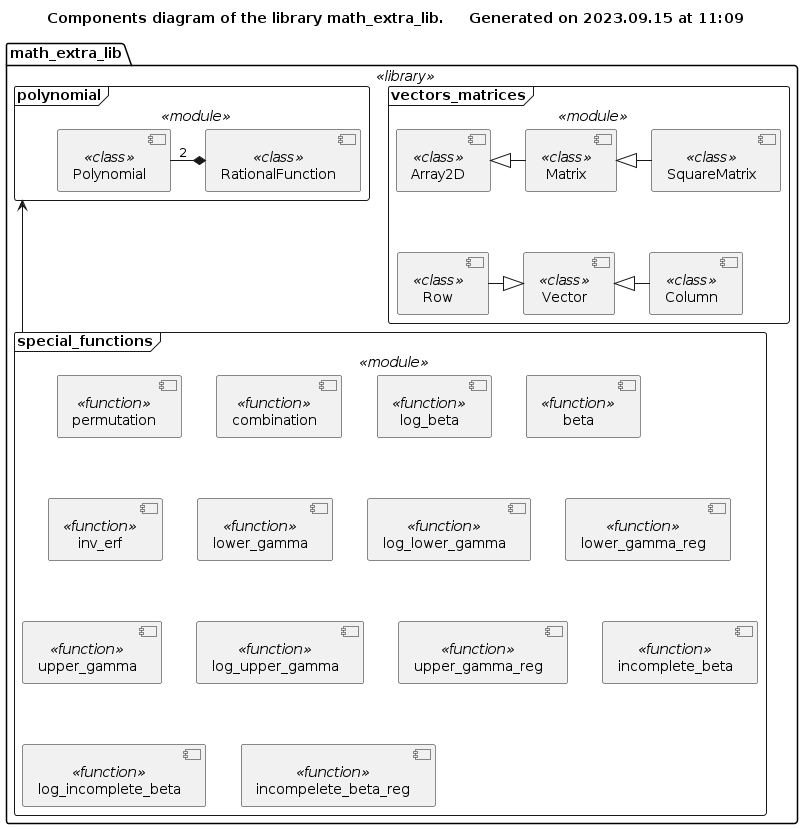
FooBarShebang/math_extra_lib keeps this PlantUML diagram as Documentation/UML/library_components.png. Above is the earlier version.
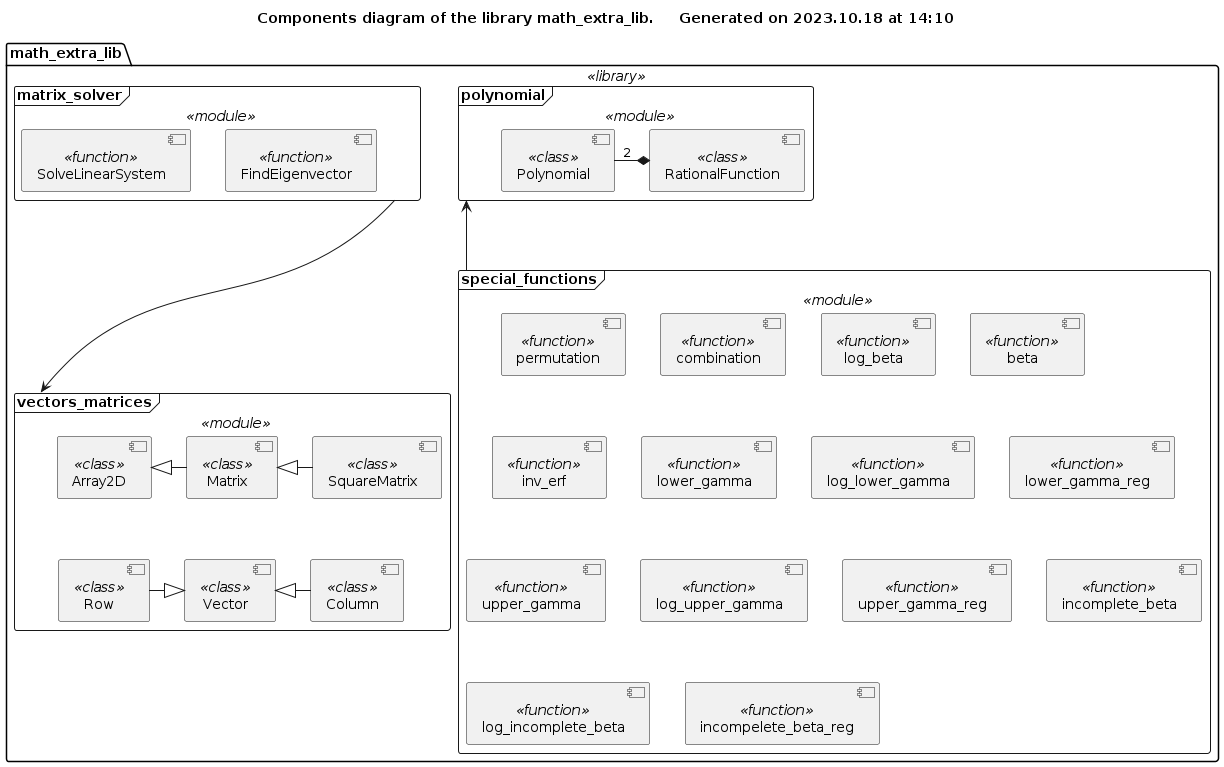
After the change.

Commit message:
reference doc for matrix_solver

Diff of the diagram source:
```diff
@@ -20,5 +20,11 @@
     !endif
 
     polynomial <--- special_functions
+
+    !if $is_not_defined("$MATRIX_SOLVER")
+        !include ./matrix_solver/matrix_solver_components.iuml
+    !endif
+
+    matrix_solver ----> vectors_matrices
 }
 @enduml
```
